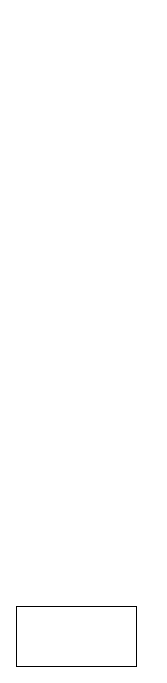
Above: Untitled Diagram.drawio in BigFish199605/BigFish (draw.io), before the change. Source tidied: cells renumbered, new cells numbered last; positions are measured from the earlier drawing's top-left corner, leaving out a move shared by most shapes. Both pictures are drawn from the tidied source at 100%, with x=0, y=0 at pixel (16, 606).
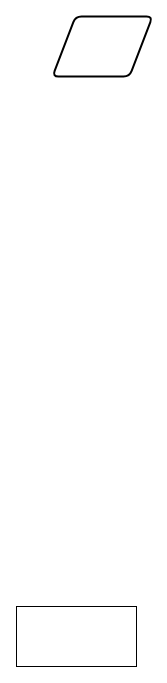
After the change.

What changed in the source:
```diff
@@
 <mxGraphModel>
   <root>
     <mxCell id="0" />
     <mxCell id="1" parent="0" />
     <mxCell id="2" style="rounded=0;whiteSpace=wrap;html=1;" parent="1" vertex="1">
       <mxGeometry width="120" height="60" as="geometry" />
     </mxCell>
+    <mxCell id="3" style="shape=parallelogram;html=1;strokeWidth=2;perimeter=parallelogramPerimeter;whiteSpace=wrap;rounded=1;arcSize=12;size=0.23;" parent="1" vertex="1">
+      <mxGeometry x="36" y="-590" width="100" height="60" as="geometry" />
+    </mxCell>
   </root>
 </mxGraphModel>
```
